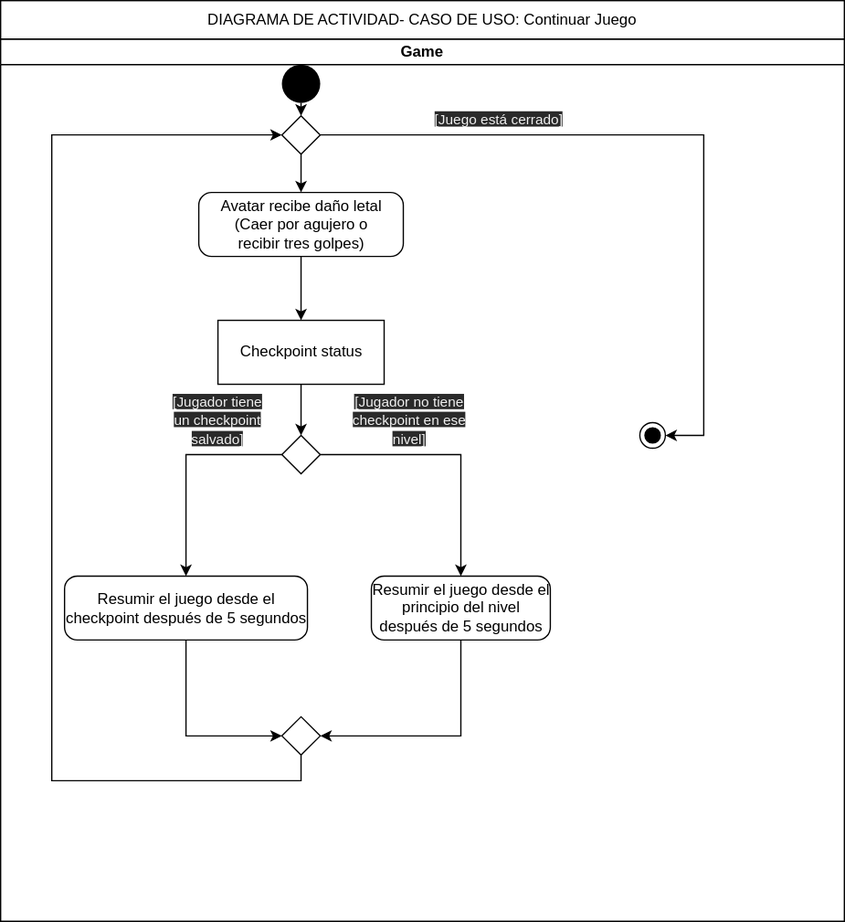
The draw.io diagram diagrams/Activity Diagrams/da_continueGame.drawio.svg in BloqueSoftwareDev/srsdoc, before a commit. Source tidied: cells renumbered, new cells last; positions are measured from the earlier drawing's top-left corner, leaving out a move shared by most shapes.
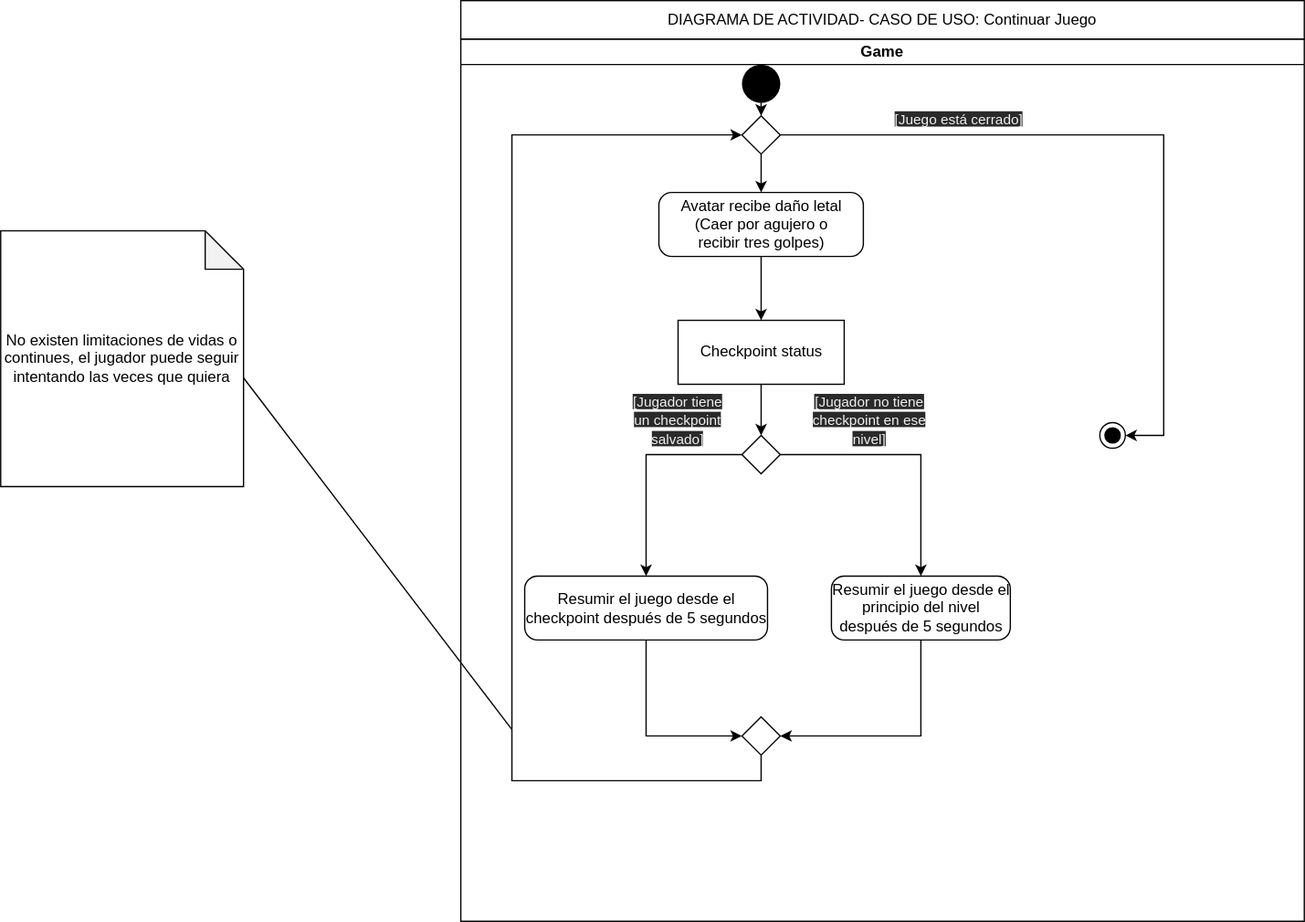
After the commit.

Commit message:
"Added diagrams for business"

The edit, as a diff of the source:
```diff
@@ -95,5 +95,13 @@
     <mxCell id="26" value="&lt;span&gt;DIAGRAMA DE ACTIVIDAD-&lt;/span&gt;CASO DE USO: Continuar Juego" style="rounded=0;whiteSpace=wrap;html=1;" parent="1" vertex="1">
       <mxGeometry width="660" height="30" as="geometry" />
     </mxCell>
+    <mxCell id="27" value="No existen limitaciones de vidas o continues, el jugador puede seguir intentando las veces que quiera" style="shape=note;whiteSpace=wrap;html=1;backgroundOutline=1;darkOpacity=0.05;" parent="1" vertex="1">
+      <mxGeometry x="-360" y="180" width="190" height="200" as="geometry" />
+    </mxCell>
+    <mxCell id="28" style="endArrow=none;html=1;exitX=0;exitY=0;exitDx=190;exitDy=115;exitPerimeter=0;" parent="1" edge="1" source="27">
+      <mxGeometry relative="1" as="geometry">
+        <mxPoint x="40" y="570" as="targetPoint" />
+      </mxGeometry>
+    </mxCell>
   </root>
 </mxGraphModel>
```
